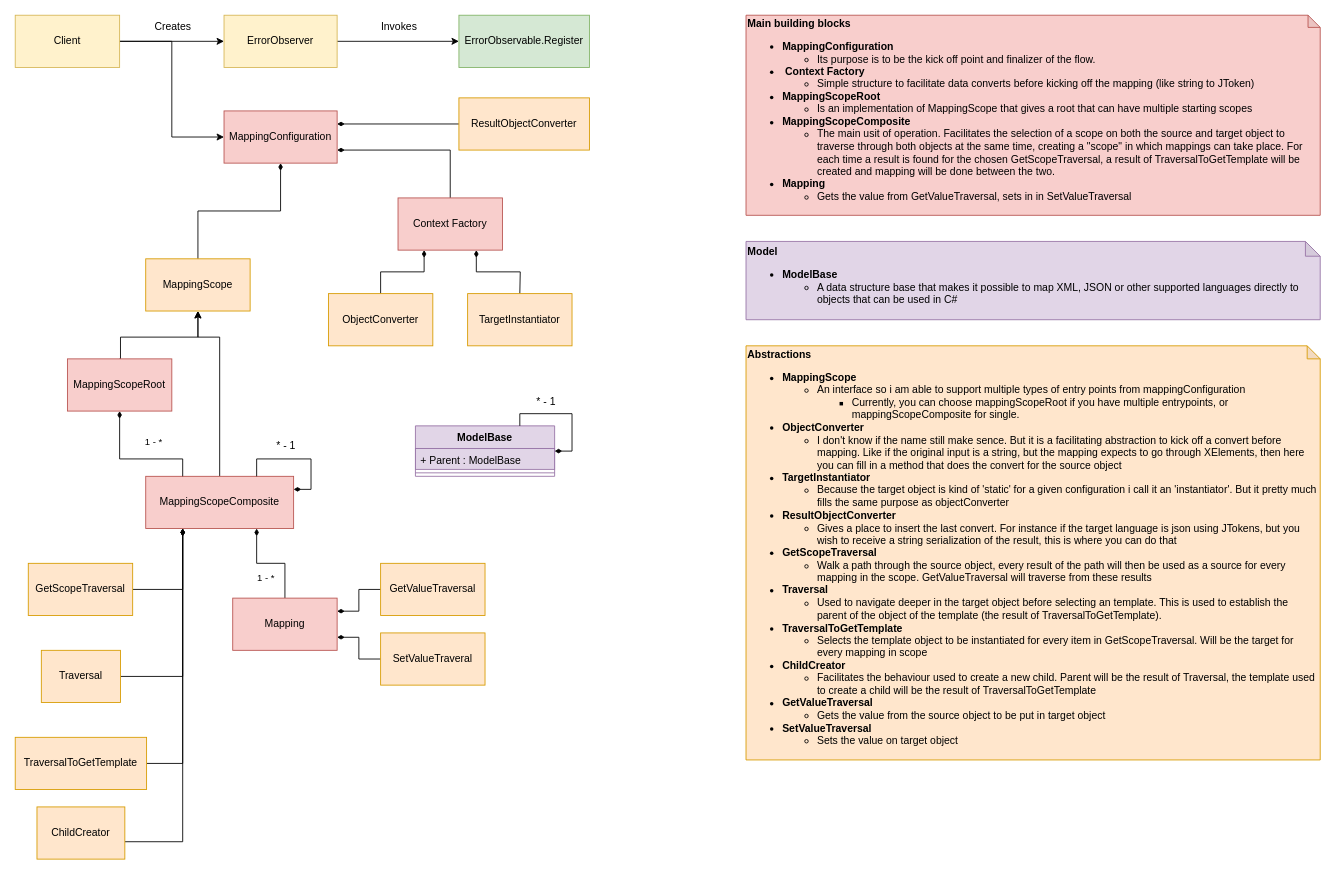
Earlier version of the draw.io diagram Mapping.drawio (DaveyvanTilburg/AdaptableMapper). Source tidied: cells renumbered, new cells numbered last; positions are measured from the earlier drawing's top-left corner, leaving out a move shared by most shapes. Both pictures are drawn from the tidied source at 87%, with x=0, y=0 at pixel (15, 15).
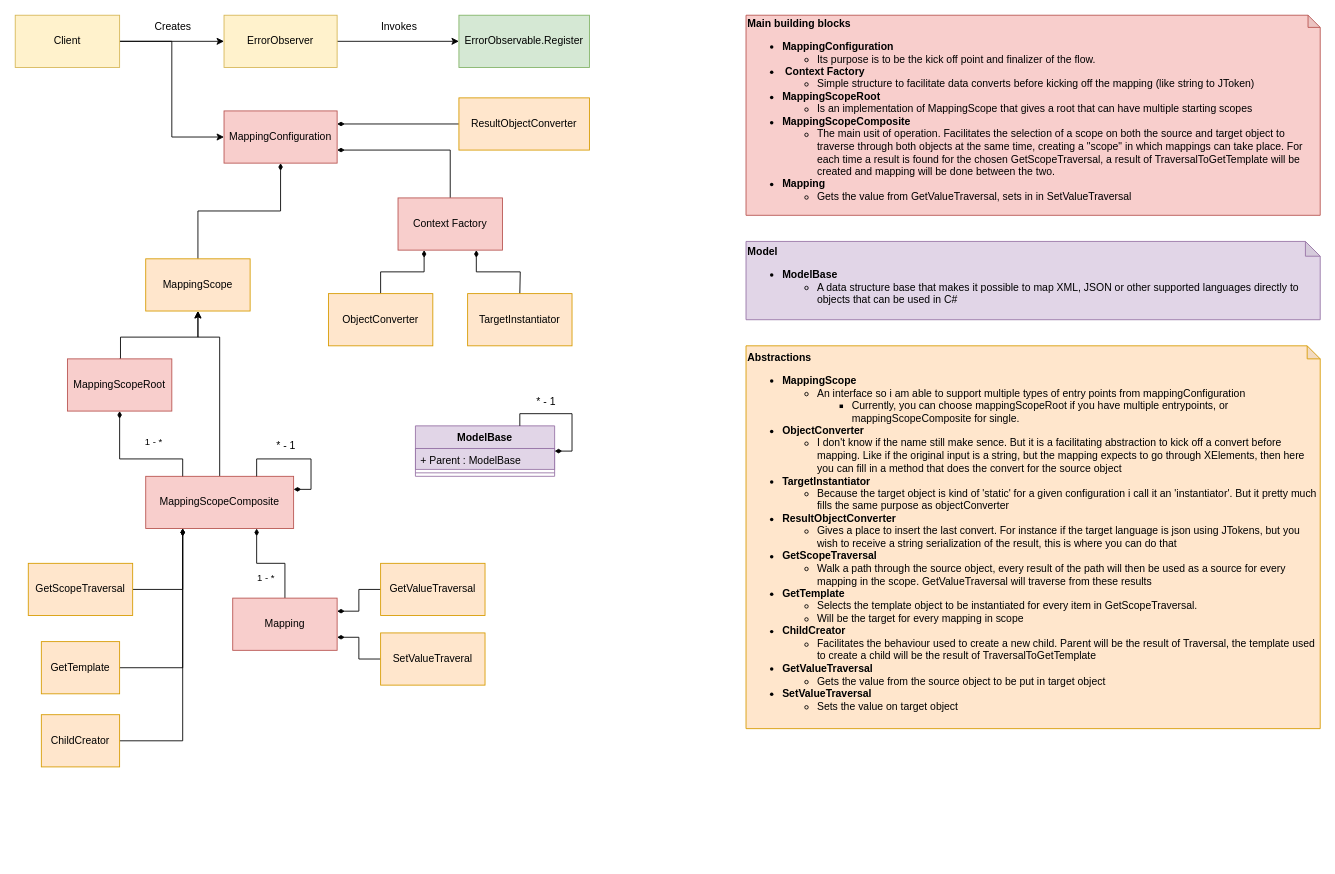
After the change.

The change refers to these unchanged cells:
```xml
<mxCell id="23" value="MappingScopeComposite" style="rounded=0;whiteSpace=wrap;html=1;fillColor=#f8cecc;strokeColor=#b85450;" parent="1" vertex="1">
  <mxGeometry x="150" y="530" width="170" height="60" as="geometry" />
</mxCell>
```

Change to the diagram source:
```diff
@@
-    <mxCell id="18" style="edgeStyle=orthogonalEdgeStyle;rounded=0;jettySize=auto;html=1;exitX=0.25;exitY=1;exitDx=0;exitDy=0;entryX=1;entryY=0.5;entryDx=0;entryDy=0;startArrow=diamondThin;startFill=1;endArrow=none;endFill=0;" parent="1" edge="1" source="23" target="34">
-      <mxGeometry relative="1" as="geometry">
-        <Array as="points">
-          <mxPoint x="193" y="760" />
-        </Array>
-      </mxGeometry>
-    </mxCell>
     <mxCell id="19" style="edgeStyle=orthogonalEdgeStyle;rounded=0;jettySize=auto;html=1;exitX=0.25;exitY=1;exitDx=0;exitDy=0;entryX=1;entryY=0.5;entryDx=0;entryDy=0;startArrow=diamondThin;startFill=1;endArrow=none;endFill=0;" parent="1" edge="1" source="23" target="35">
       <mxGeometry relative="1" as="geometry">
         <Array as="points">
-          <mxPoint x="193" y="860" />
+          <mxPoint x="193" y="750" />
         </Array>
       </mxGeometry>
     </mxCell>
-    <mxCell id="20" style="edgeStyle=orthogonalEdgeStyle;rounded=0;jettySize=auto;html=1;exitX=0.25;exitY=1;exitDx=0;exitDy=0;entryX=1;entryY=0.5;entryDx=0;entryDy=0;startArrow=diamondThin;startFill=1;endArrow=none;endFill=0;" parent="1" edge="1" source="23">
+    <mxCell id="20" style="edgeStyle=orthogonalEdgeStyle;rounded=0;jettySize=auto;html=1;exitX=0.25;exitY=1;exitDx=0;exitDy=0;entryX=1;entryY=0.5;entryDx=0;entryDy=0;startArrow=diamondThin;startFill=1;endArrow=none;endFill=0;" parent="1" edge="1" source="23" target="36">
       <mxGeometry relative="1" as="geometry">
-        <mxPoint x="126" y="950" as="targetPoint" />
         <Array as="points">
-          <mxPoint x="193" y="950" />
+          <mxPoint x="193" y="834" />
         </Array>
       </mxGeometry>
     </mxCell>
@@
-    <mxCell id="34" value="Traversal" style="rounded=0;whiteSpace=wrap;html=1;fillColor=#ffe6cc;strokeColor=#d79b00;" parent="1" vertex="1">
-      <mxGeometry x="30" y="730" width="91" height="60" as="geometry" />
-    </mxCell>
-    <mxCell id="35" value="TraversalToGetTemplate" style="rounded=0;whiteSpace=wrap;html=1;fillColor=#ffe6cc;strokeColor=#d79b00;" parent="1" vertex="1">
-      <mxGeometry y="830" width="151" height="60" as="geometry" />
+    <mxCell id="35" value="GetTemplate" style="rounded=0;whiteSpace=wrap;html=1;fillColor=#ffe6cc;strokeColor=#d79b00;" parent="1" vertex="1">
+      <mxGeometry x="30" y="720" width="90" height="60" as="geometry" />
     </mxCell>
     <mxCell id="36" value="ChildCreator" style="rounded=0;whiteSpace=wrap;html=1;fillColor=#ffe6cc;strokeColor=#d79b00;" parent="1" vertex="1">
-      <mxGeometry x="25" y="910" width="101" height="60" as="geometry" />
+      <mxGeometry x="30" y="804" width="90" height="60" as="geometry" />
     </mxCell>
@@
-    <mxCell id="43" value="&lt;b&gt;Abstractions&lt;/b&gt;&lt;br&gt;&lt;ul&gt;&lt;li style=&quot;font-weight: bold&quot;&gt;MappingScope&lt;/li&gt;&lt;ul&gt;&lt;li&gt;An interface so i am able to support multiple types of entry points from mappingConfiguration&lt;/li&gt;&lt;ul&gt;&lt;li&gt;Currently, you can choose mappingScopeRoot if you have multiple entrypoints, or mappingScopeComposite for single.&lt;/li&gt;&lt;/ul&gt;&lt;/ul&gt;&lt;li&gt;&lt;b&gt;ObjectConverter&lt;/b&gt;&lt;/li&gt;&lt;ul&gt;&lt;li&gt;I don't know if the name still make sence. But it is a facilitating abstraction to kick off a convert before mapping. Like if the original input is a string, but the mapping expects to go through XElements, then here you can fill in a method that does the convert for the source object&lt;/li&gt;&lt;/ul&gt;&lt;li&gt;&lt;b&gt;TargetInstantiator&lt;/b&gt;&lt;/li&gt;&lt;ul&gt;&lt;li&gt;Because the target object is kind of 'static' for a given configuration i call it an 'instantiator'. But it pretty much fills the same purpose as objectConverter&lt;/li&gt;&lt;/ul&gt;&lt;li&gt;&lt;b&gt;ResultObjectConverter&lt;/b&gt;&lt;/li&gt;&lt;ul&gt;&lt;li&gt;Gives a place to insert the last convert. For instance if the target language is json using JTokens, but you wish to receive a string serialization of the result, this is where you can do that&lt;/li&gt;&lt;/ul&gt;&lt;li&gt;&lt;b&gt;GetScopeTraversal&lt;/b&gt;&lt;/li&gt;&lt;ul&gt;&lt;li&gt;Walk a path through the source object, every result of the path will then be used as a source for every mapping in the scope. GetValueTraversal will traverse from these results&lt;/li&gt;&lt;/ul&gt;&lt;li&gt;&lt;b&gt;Traversal&lt;/b&gt;&lt;/li&gt;&lt;ul&gt;&lt;li&gt;Used to navigate deeper in the target object before selecting an template. This is used to establish the parent of the object of the template (the result of TraversalToGetTemplate).&lt;/li&gt;&lt;/ul&gt;&lt;li&gt;&lt;b&gt;TraversalToGetTemplate&lt;/b&gt;&lt;/li&gt;&lt;ul&gt;&lt;li&gt;Selects the template object to be instantiated for every item in GetScopeTraversal. Will be the target for every mapping in scope&lt;/li&gt;&lt;/ul&gt;&lt;li&gt;&lt;b&gt;ChildCreator&lt;/b&gt;&lt;/li&gt;&lt;ul&gt;&lt;li&gt;Facilitates the behaviour used to create a new child. Parent will be the result of Traversal, the template used to create a child will be the result of TraversalToGetTemplate&lt;/li&gt;&lt;/ul&gt;&lt;li&gt;&lt;b&gt;GetValueTraversal&lt;/b&gt;&lt;/li&gt;&lt;ul&gt;&lt;li&gt;Gets the value from the source object to be put in target object&lt;/li&gt;&lt;/ul&gt;&lt;li&gt;&lt;b&gt;SetValueTraversal&lt;/b&gt;&lt;/li&gt;&lt;ul&gt;&lt;li&gt;Sets the value on target object&lt;/li&gt;&lt;/ul&gt;&lt;/ul&gt;" style="shape=note;whiteSpace=wrap;html=1;backgroundOutline=1;darkOpacity=0.05;size=15;fillColor=#ffe6cc;strokeColor=#d79b00;align=left;" parent="1" vertex="1">
-      <mxGeometry x="840" y="380" width="660" height="476" as="geometry" />
+    <mxCell id="43" value="&lt;b&gt;Abstractions&lt;/b&gt;&lt;br&gt;&lt;ul&gt;&lt;li style=&quot;font-weight: bold&quot;&gt;MappingScope&lt;/li&gt;&lt;ul&gt;&lt;li&gt;An interface so i am able to support multiple types of entry points from mappingConfiguration&lt;/li&gt;&lt;ul&gt;&lt;li&gt;Currently, you can choose mappingScopeRoot if you have multiple entrypoints, or mappingScopeComposite for single.&lt;/li&gt;&lt;/ul&gt;&lt;/ul&gt;&lt;li&gt;&lt;b&gt;ObjectConverter&lt;/b&gt;&lt;/li&gt;&lt;ul&gt;&lt;li&gt;I don't know if the name still make sence. But it is a facilitating abstraction to kick off a convert before mapping. Like if the original input is a string, but the mapping expects to go through XElements, then here you can fill in a method that does the convert for the source object&lt;/li&gt;&lt;/ul&gt;&lt;li&gt;&lt;b&gt;TargetInstantiator&lt;/b&gt;&lt;/li&gt;&lt;ul&gt;&lt;li&gt;Because the target object is kind of 'static' for a given configuration i call it an 'instantiator'. But it pretty much fills the same purpose as objectConverter&lt;/li&gt;&lt;/ul&gt;&lt;li&gt;&lt;b&gt;ResultObjectConverter&lt;/b&gt;&lt;/li&gt;&lt;ul&gt;&lt;li&gt;Gives a place to insert the last convert. For instance if the target language is json using JTokens, but you wish to receive a string serialization of the result, this is where you can do that&lt;/li&gt;&lt;/ul&gt;&lt;li&gt;&lt;b&gt;GetScopeTraversal&lt;/b&gt;&lt;/li&gt;&lt;ul&gt;&lt;li&gt;Walk a path through the source object, every result of the path will then be used as a source for every mapping in the scope. GetValueTraversal will traverse from these results&lt;/li&gt;&lt;/ul&gt;&lt;li&gt;&lt;b&gt;GetTemplate&lt;/b&gt;&lt;/li&gt;&lt;ul&gt;&lt;li&gt;Selects the template object to be instantiated for every item in GetScopeTraversal.&amp;nbsp;&lt;/li&gt;&lt;li&gt;Will be the target for every mapping in scope&lt;/li&gt;&lt;/ul&gt;&lt;li&gt;&lt;b&gt;ChildCreator&lt;/b&gt;&lt;/li&gt;&lt;ul&gt;&lt;li&gt;Facilitates the behaviour used to create a new child. Parent will be the result of Traversal, the template used to create a child will be the result of TraversalToGetTemplate&lt;/li&gt;&lt;/ul&gt;&lt;li&gt;&lt;b&gt;GetValueTraversal&lt;/b&gt;&lt;/li&gt;&lt;ul&gt;&lt;li&gt;Gets the value from the source object to be put in target object&lt;/li&gt;&lt;/ul&gt;&lt;li&gt;&lt;b&gt;SetValueTraversal&lt;/b&gt;&lt;/li&gt;&lt;ul&gt;&lt;li&gt;Sets the value on target object&lt;/li&gt;&lt;/ul&gt;&lt;/ul&gt;" style="shape=note;whiteSpace=wrap;html=1;backgroundOutline=1;darkOpacity=0.05;size=15;fillColor=#ffe6cc;strokeColor=#d79b00;align=left;" parent="1" vertex="1">
+      <mxGeometry x="840" y="380" width="660" height="440" as="geometry" />
     </mxCell>
```
